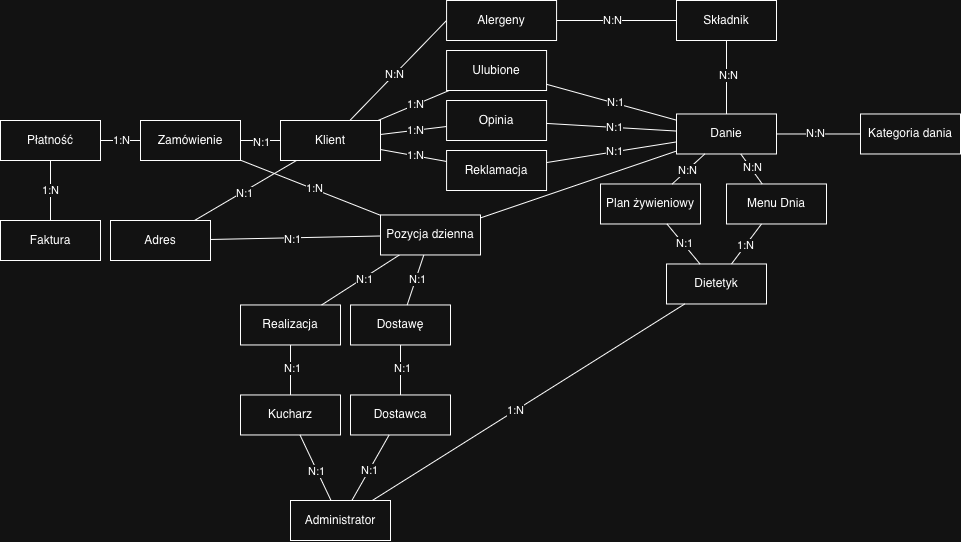
Above: etap1/Projektowanie baz danych.png in tomasz-trela/database-design (draw.io), before the change. Source tidied: cells renumbered, new cells last; positions are measured from the earlier drawing's top-left corner, leaving out a move shared by most shapes.
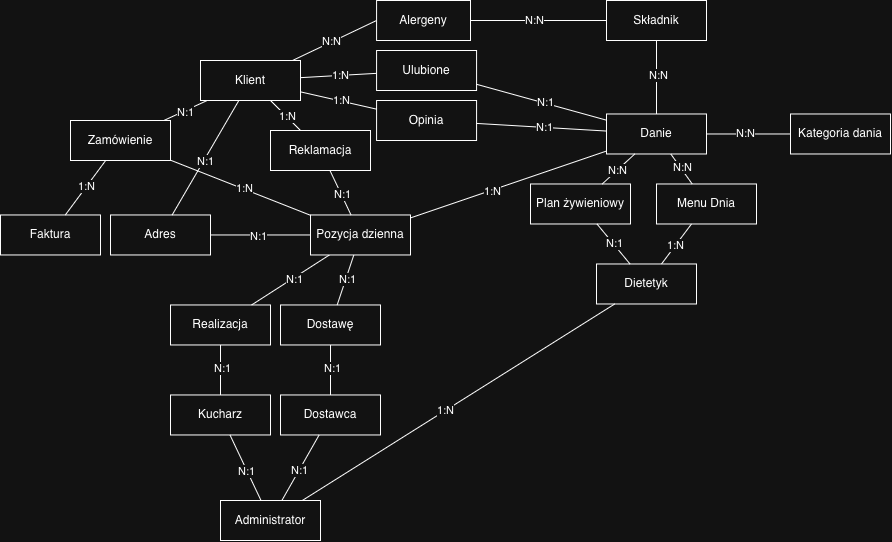
The same file after the commit.

Change to the diagram source:
```diff
@@ -9,7 +9,7 @@
       <mxGeometry x="-0.08" y="1" relative="1" as="geometry" />
     </mxCell>
     <mxCell id="4" value="Alergeny" style="rounded=0;whiteSpace=wrap;html=1;" parent="1" vertex="1">
-      <mxGeometry x="446.1" width="110" height="40" as="geometry" />
+      <mxGeometry x="446.1" width="93.9" height="40" as="geometry" />
     </mxCell>
     <mxCell id="5" value="Składnik" style="rounded=0;whiteSpace=wrap;html=1;" parent="1" vertex="1">
       <mxGeometry x="676" width="100" height="40" as="geometry" />
@@ -71,6 +71,11 @@
     <mxCell id="24" style="endArrow=none;html=1;rounded=0;" parent="1" edge="1" source="54" target="8">
       <mxGeometry relative="1" as="geometry" />
     </mxCell>
+    <mxCell id="48" value="1:N" style="edgeLabel;html=1;align=center;verticalAlign=middle;" parent="24" vertex="1">
+      <mxGeometry x="-0.18" relative="1" as="geometry">
+        <mxPoint x="1" as="offset" />
+      </mxGeometry>
+    </mxCell>
     <mxCell id="25" value="Dostawę" style="rounded=0;whiteSpace=wrap;html=1;" parent="1" vertex="1">
       <mxGeometry x="350" y="304.5" width="100" height="40" as="geometry" />
     </mxCell>
@@ -108,10 +113,10 @@
       <mxGeometry x="-0.08" y="1" relative="1" as="geometry" />
     </mxCell>
     <mxCell id="37" value="Klient" style="rounded=0;whiteSpace=wrap;html=1;" parent="1" vertex="1">
-      <mxGeometry x="280" y="120" width="100" height="40" as="geometry" />
+      <mxGeometry x="270" y="60" width="100" height="40" as="geometry" />
     </mxCell>
     <mxCell id="38" value="Adres" style="rounded=0;whiteSpace=wrap;html=1;" parent="1" vertex="1">
-      <mxGeometry x="110" y="220" width="100" height="40" as="geometry" />
+      <mxGeometry x="180" y="214.5" width="100" height="40" as="geometry" />
     </mxCell>
     <mxCell id="39" style="endArrow=none;html=1;rounded=0;" parent="1" edge="1" source="23" target="37">
       <mxGeometry relative="1" as="geometry" />
@@ -131,19 +136,10 @@
     <mxCell id="44" value="N:1" style="edgeLabel;html=1;align=center;verticalAlign=middle;" parent="43" vertex="1">
       <mxGeometry x="-0.04" y="-1" relative="1" as="geometry" />
     </mxCell>
-    <mxCell id="45" value="Płatność" style="rounded=0;whiteSpace=wrap;html=1;" parent="1" vertex="1">
-      <mxGeometry y="120" width="100" height="40" as="geometry" />
-    </mxCell>
     <mxCell id="46" value="Faktura" style="rounded=0;whiteSpace=wrap;html=1;" parent="1" vertex="1">
-      <mxGeometry y="220" width="100" height="40" as="geometry" />
+      <mxGeometry x="70" y="214.5" width="100" height="40" as="geometry" />
     </mxCell>
-    <mxCell id="47" style="endArrow=none;html=1;rounded=0;" parent="1" edge="1" source="23" target="45">
-      <mxGeometry relative="1" as="geometry" />
-    </mxCell>
-    <mxCell id="48" value="1:N" style="edgeLabel;html=1;align=center;verticalAlign=middle;" parent="47" vertex="1">
-      <mxGeometry x="-0.04" y="-1" relative="1" as="geometry" />
-    </mxCell>
-    <mxCell id="49" style="endArrow=none;html=1;rounded=0;" parent="1" edge="1" source="45" target="46">
+    <mxCell id="49" style="endArrow=none;html=1;rounded=0;" parent="1" edge="1" source="23" target="46">
       <mxGeometry relative="1" as="geometry" />
     </mxCell>
     <mxCell id="50" value="1:N" style="edgeLabel;html=1;align=center;verticalAlign=middle;" parent="49" vertex="1">
@@ -186,7 +182,7 @@
       <mxGeometry x="-0.04" y="-1" relative="1" as="geometry" />
     </mxCell>
     <mxCell id="63" value="Reklamacja" style="rounded=0;whiteSpace=wrap;html=1;" parent="1" vertex="1">
-      <mxGeometry x="446.1" y="150" width="100" height="40" as="geometry" />
+      <mxGeometry x="340" y="130" width="100" height="40" as="geometry" />
     </mxCell>
     <mxCell id="64" style="endArrow=none;html=1;rounded=0;" parent="1" edge="1" source="63" target="37">
       <mxGeometry relative="1" as="geometry" />
@@ -194,12 +190,6 @@
     <mxCell id="65" value="1:N" style="edgeLabel;html=1;align=center;verticalAlign=middle;" parent="64" vertex="1">
       <mxGeometry x="-0.04" y="-1" relative="1" as="geometry" />
     </mxCell>
-    <mxCell id="66" style="endArrow=none;html=1;rounded=0;" parent="1" edge="1" source="8" target="63">
-      <mxGeometry relative="1" as="geometry" />
-    </mxCell>
-    <mxCell id="67" value="N:1" style="edgeLabel;html=1;align=center;verticalAlign=middle;" parent="66" vertex="1">
-      <mxGeometry x="-0.04" y="-1" relative="1" as="geometry" />
-    </mxCell>
     <mxCell id="68" style="endArrow=none;html=1;rounded=0;" parent="1" edge="1" source="17" target="18">
       <mxGeometry relative="1" as="geometry" />
     </mxCell>
@@ -233,5 +223,11 @@
     <mxCell id="78" value="1:N" style="edgeLabel;html=1;align=center;verticalAlign=middle;" parent="77" vertex="1">
       <mxGeometry x="-0.04" y="-1" relative="1" as="geometry" />
     </mxCell>
+    <mxCell id="79" style="endArrow=none;html=1;rounded=0;" parent="1" edge="1" source="54" target="63">
+      <mxGeometry relative="1" as="geometry" />
+    </mxCell>
+    <mxCell id="67" value="N:1" style="edgeLabel;html=1;align=center;verticalAlign=middle;" parent="79" vertex="1">
+      <mxGeometry x="-0.04" y="-1" relative="1" as="geometry" />
+    </mxCell>
   </root>
 </mxGraphModel>
```
